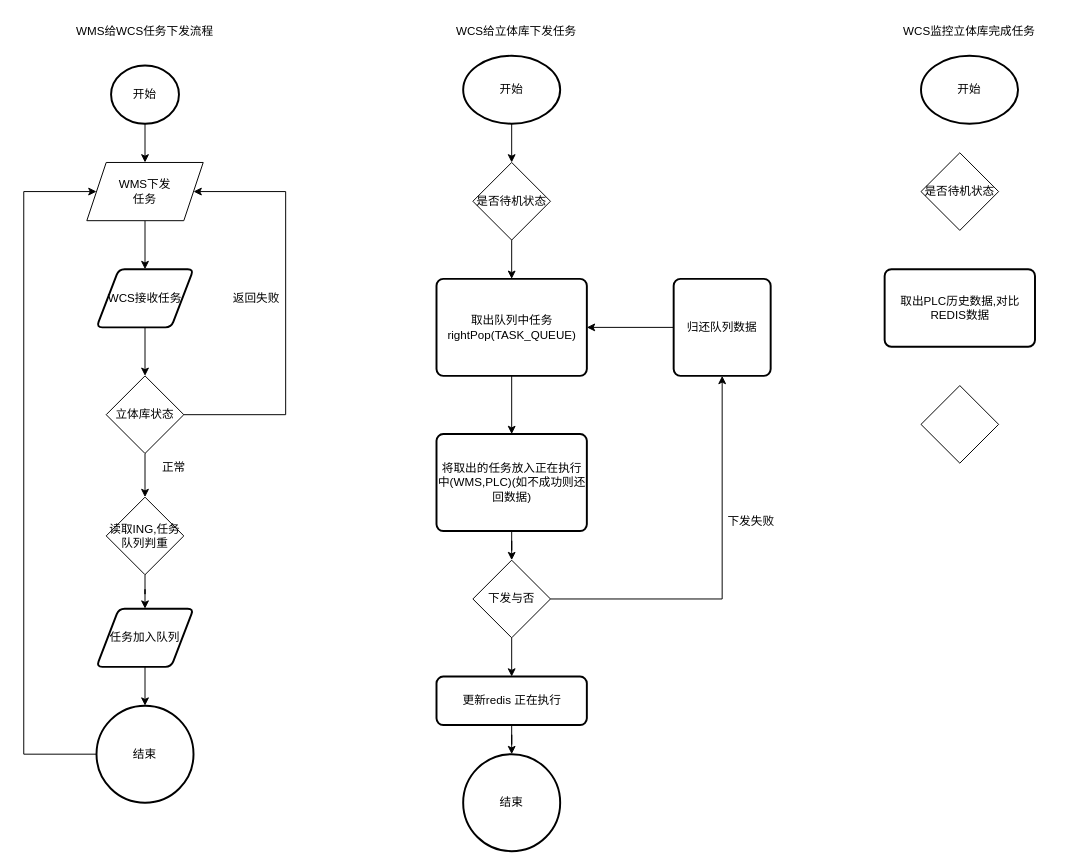
Godlys/testMap keeps this draw.io diagram as 下发任务流程.drawio. Above is the earlier version. Source tidied: cells renumbered, new cells numbered last; positions are measured from the earlier drawing's top-left corner, leaving out a move shared by most shapes. Both pictures are drawn from the tidied source at 97%, with x=0, y=0 at pixel (23, 16).
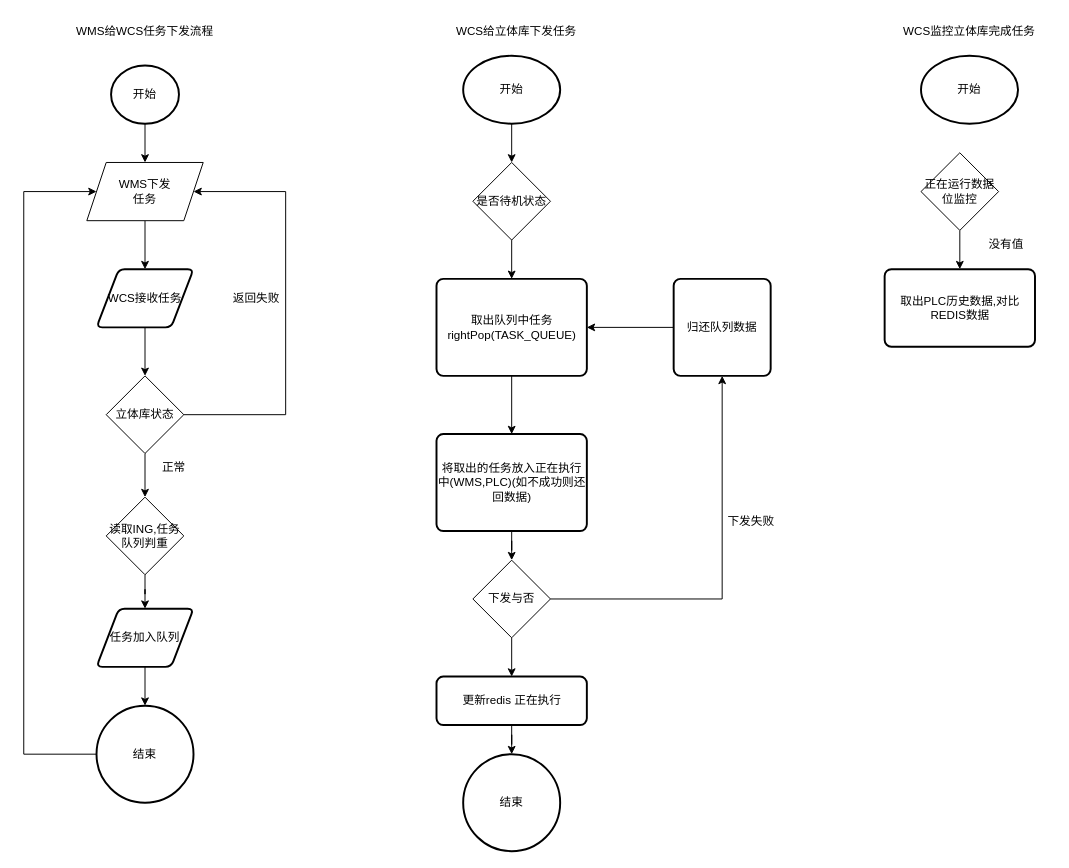
Above is the later version.

Commit message:
更新下发任务流程.drawio

The change refers to these unchanged cells:
```xml
<mxCell id="41" value="取出PLC历史数据,对比REDIS数据" style="rounded=1;whiteSpace=wrap;html=1;absoluteArcSize=1;arcSize=14;strokeWidth=2;" parent="1" vertex="1">
  <mxGeometry x="887.5" y="260" width="155" height="80" as="geometry" />
</mxCell>
```

Change to the diagram source:
```diff
@@
+    <mxCell id="43" style="edgeStyle=orthogonalEdgeStyle;rounded=0;jettySize=auto;html=1;" parent="1" edge="1" source="40" target="41">
+      <mxGeometry relative="1" as="geometry" />
+    </mxCell>
-    <mxCell id="40" value="是否待机状态" style="rhombus;whiteSpace=wrap;html=1;" parent="1" vertex="1">
+    <mxCell id="40" value="正在运行数据位监控" style="rhombus;whiteSpace=wrap;html=1;" parent="1" vertex="1">
       <mxGeometry x="925" y="140" width="80" height="80" as="geometry" />
     </mxCell>
@@
-    <mxCell id="42" style="rhombus;whiteSpace=wrap;html=1;" parent="1" vertex="1">
-      <mxGeometry x="925" y="380" width="80" height="80" as="geometry" />
-    </mxCell>
+    <mxCell id="44" value="没有值" style="text;html=1;align=center;verticalAlign=middle;whiteSpace=wrap;rounded=0;" parent="1" vertex="1">
+      <mxGeometry x="982.5" y="220" width="60" height="30" as="geometry" />
+    </mxCell>
```
